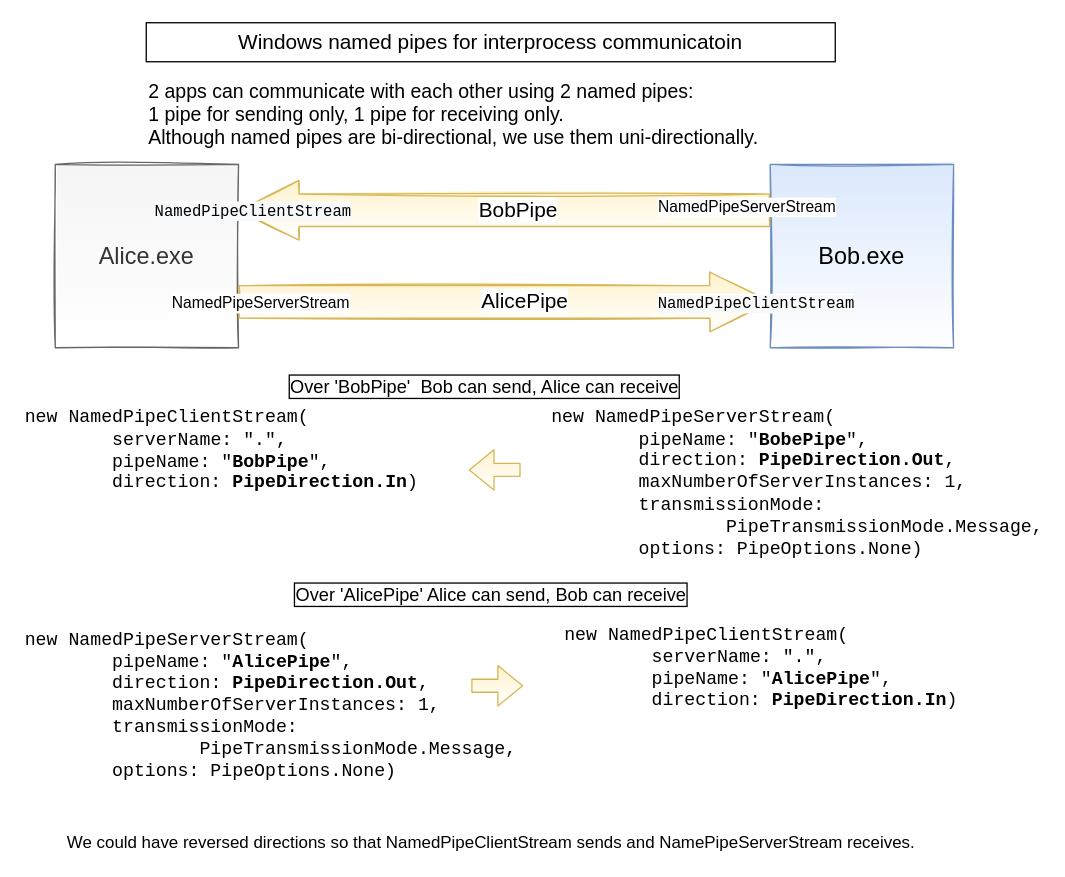
The draw.io diagram docs/NamedPipes.drawio in nklkli/NamedPipes, before the edit. Source tidied: cells renumbered, new cells numbered last; positions are measured from the earlier drawing's top-left corner, leaving out a move shared by most shapes. Both pictures are drawn from the tidied source at 130%, with x=0, y=0 at pixel (22, 22).
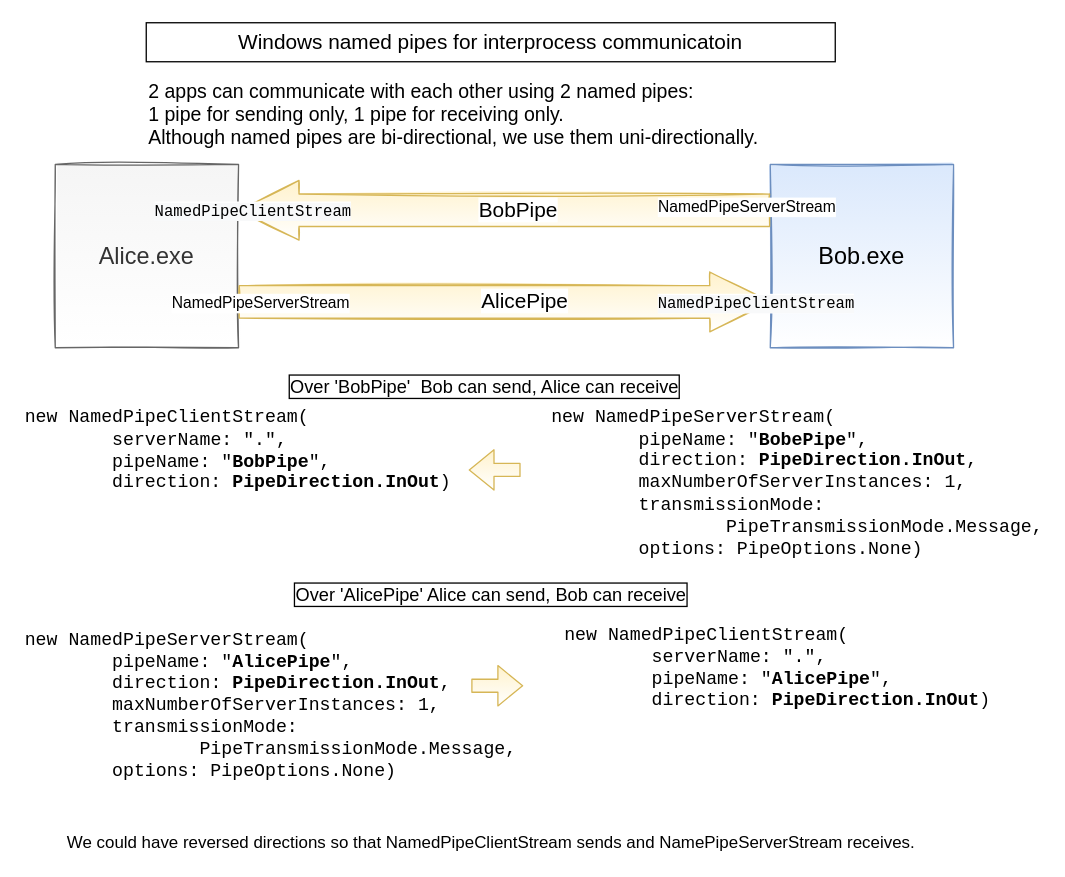
The same diagram, later.

Commit message (it also covers changes not shown here):
bug fixed, readme and diagram

The edit, as a diff of the source:
```diff
@@
-    <mxCell id="12" value="&lt;div style=&quot;font-size: 14px&quot;&gt;new NamedPipeClientStream(&lt;/div&gt;&lt;div style=&quot;font-size: 14px&quot;&gt;&lt;span style=&quot;white-space: pre ; font-size: 14px&quot;&gt;&#9;&lt;/span&gt;serverName: &quot;.&quot;,&lt;/div&gt;&lt;div style=&quot;font-size: 14px&quot;&gt;&amp;nbsp; &amp;nbsp; &amp;nbsp; &amp;nbsp; pipeName: &quot;&lt;b style=&quot;font-size: 14px&quot;&gt;BobPipe&lt;/b&gt;&quot;,&lt;/div&gt;&lt;div style=&quot;font-size: 14px&quot;&gt;&amp;nbsp; &amp;nbsp; &amp;nbsp; &amp;nbsp; direction: &lt;b style=&quot;font-size: 14px&quot;&gt;PipeDirection.In&lt;/b&gt;)&lt;/div&gt;" style="text;html=1;align=left;verticalAlign=middle;strokeColor=none;fillColor=none;fontFamily=Consolas;fontSize=14;" parent="1" vertex="1">
-      <mxGeometry y="294" width="290" height="70" as="geometry" />
+    <mxCell id="12" value="&lt;div style=&quot;font-size: 14px&quot;&gt;new NamedPipeClientStream(&lt;/div&gt;&lt;div style=&quot;font-size: 14px&quot;&gt;&lt;span style=&quot;white-space: pre ; font-size: 14px&quot;&gt;&#9;&lt;/span&gt;serverName: &quot;.&quot;,&lt;/div&gt;&lt;div style=&quot;font-size: 14px&quot;&gt;&amp;nbsp; &amp;nbsp; &amp;nbsp; &amp;nbsp; pipeName: &quot;&lt;b style=&quot;font-size: 14px&quot;&gt;BobPipe&lt;/b&gt;&quot;,&lt;/div&gt;&lt;div style=&quot;font-size: 14px&quot;&gt;&amp;nbsp; &amp;nbsp; &amp;nbsp; &amp;nbsp; direction: &lt;b style=&quot;font-size: 14px&quot;&gt;PipeDirection.InOut&lt;/b&gt;)&lt;/div&gt;" style="text;html=1;align=left;verticalAlign=middle;strokeColor=none;fillColor=none;fontFamily=Consolas;fontSize=14;" parent="1" vertex="1">
+      <mxGeometry y="294" width="320" height="70" as="geometry" />
     </mxCell>
-    <mxCell id="13" value="new NamedPipeServerStream(&lt;br style=&quot;font-size: 14px&quot;&gt;&amp;nbsp; &amp;nbsp; &lt;span style=&quot;white-space: pre ; font-size: 14px&quot;&gt;&#9;&lt;/span&gt;pipeName: &quot;&lt;b style=&quot;font-size: 14px&quot;&gt;BobePipe&lt;/b&gt;&quot;,&lt;br style=&quot;font-size: 14px&quot;&gt;&lt;span style=&quot;white-space: pre ; font-size: 14px&quot;&gt;&#9;&lt;/span&gt;direction: &lt;b style=&quot;font-size: 14px&quot;&gt;PipeDirection.Out&lt;/b&gt;,&lt;br style=&quot;font-size: 14px&quot;&gt;&amp;nbsp; &amp;nbsp; &amp;nbsp; &amp;nbsp; maxNumberOfServerInstances: 1,&lt;br style=&quot;font-size: 14px&quot;&gt;&amp;nbsp; &amp;nbsp; &amp;nbsp; &amp;nbsp; transmissionMode: &lt;br style=&quot;font-size: 14px&quot;&gt;&lt;span style=&quot;white-space: pre ; font-size: 14px&quot;&gt;&#9;&lt;/span&gt;&lt;span style=&quot;white-space: pre ; font-size: 14px&quot;&gt;&#9;&lt;/span&gt;PipeTransmissionMode.Message,&lt;br style=&quot;font-size: 14px&quot;&gt;&amp;nbsp; &amp;nbsp; &amp;nbsp; &amp;nbsp; options: PipeOptions.None)" style="text;html=1;align=left;verticalAlign=middle;strokeColor=none;fillColor=none;fontFamily=Consolas;fontSize=14;" parent="1" vertex="1">
+    <mxCell id="13" value="new NamedPipeServerStream(&lt;br style=&quot;font-size: 14px&quot;&gt;&amp;nbsp; &amp;nbsp; &lt;span style=&quot;white-space: pre ; font-size: 14px&quot;&gt;&#9;&lt;/span&gt;pipeName: &quot;&lt;b style=&quot;font-size: 14px&quot;&gt;BobePipe&lt;/b&gt;&quot;,&lt;br style=&quot;font-size: 14px&quot;&gt;&lt;span style=&quot;white-space: pre ; font-size: 14px&quot;&gt;&#9;&lt;/span&gt;direction: &lt;b style=&quot;font-size: 14px&quot;&gt;PipeDirection.InOut&lt;/b&gt;,&lt;br style=&quot;font-size: 14px&quot;&gt;&amp;nbsp; &amp;nbsp; &amp;nbsp; &amp;nbsp; maxNumberOfServerInstances: 1,&lt;br style=&quot;font-size: 14px&quot;&gt;&amp;nbsp; &amp;nbsp; &amp;nbsp; &amp;nbsp; transmissionMode: &lt;br style=&quot;font-size: 14px&quot;&gt;&lt;span style=&quot;white-space: pre ; font-size: 14px&quot;&gt;&#9;&lt;/span&gt;&lt;span style=&quot;white-space: pre ; font-size: 14px&quot;&gt;&#9;&lt;/span&gt;PipeTransmissionMode.Message,&lt;br style=&quot;font-size: 14px&quot;&gt;&amp;nbsp; &amp;nbsp; &amp;nbsp; &amp;nbsp; options: PipeOptions.None)" style="text;html=1;align=left;verticalAlign=middle;strokeColor=none;fillColor=none;fontFamily=Consolas;fontSize=14;" parent="1" vertex="1">
       <mxGeometry x="405" y="294" width="360" height="120" as="geometry" />
     </mxCell>
@@
-    <mxCell id="15" value="&lt;div style=&quot;font-size: 14px&quot;&gt;new NamedPipeClientStream(&lt;/div&gt;&lt;div style=&quot;font-size: 14px&quot;&gt;&lt;span style=&quot;white-space: pre ; font-size: 14px&quot;&gt;&#9;&lt;/span&gt;serverName: &quot;.&quot;,&lt;/div&gt;&lt;div style=&quot;font-size: 14px&quot;&gt;&amp;nbsp; &amp;nbsp; &amp;nbsp; &amp;nbsp; pipeName: &quot;&lt;b style=&quot;font-size: 14px&quot;&gt;AlicePipe&lt;/b&gt;&quot;,&lt;/div&gt;&lt;div style=&quot;font-size: 14px&quot;&gt;&amp;nbsp; &amp;nbsp; &amp;nbsp; &amp;nbsp; direction: &lt;b style=&quot;font-size: 14px&quot;&gt;PipeDirection.In&lt;/b&gt;)&lt;/div&gt;" style="text;html=1;align=left;verticalAlign=middle;strokeColor=none;fillColor=none;fontFamily=Consolas;fontSize=14;" parent="1" vertex="1">
-      <mxGeometry x="415" y="461" width="290" height="70" as="geometry" />
+    <mxCell id="15" value="&lt;div style=&quot;font-size: 14px&quot;&gt;new NamedPipeClientStream(&lt;/div&gt;&lt;div style=&quot;font-size: 14px&quot;&gt;&lt;span style=&quot;white-space: pre ; font-size: 14px&quot;&gt;&#9;&lt;/span&gt;serverName: &quot;.&quot;,&lt;/div&gt;&lt;div style=&quot;font-size: 14px&quot;&gt;&amp;nbsp; &amp;nbsp; &amp;nbsp; &amp;nbsp; pipeName: &quot;&lt;b style=&quot;font-size: 14px&quot;&gt;AlicePipe&lt;/b&gt;&quot;,&lt;/div&gt;&lt;div style=&quot;font-size: 14px&quot;&gt;&amp;nbsp; &amp;nbsp; &amp;nbsp; &amp;nbsp; direction: &lt;b style=&quot;font-size: 14px&quot;&gt;PipeDirection.InOut&lt;/b&gt;)&lt;/div&gt;" style="text;html=1;align=left;verticalAlign=middle;strokeColor=none;fillColor=none;fontFamily=Consolas;fontSize=14;" parent="1" vertex="1">
+      <mxGeometry x="415" y="461" width="320" height="70" as="geometry" />
     </mxCell>
@@
-    <mxCell id="17" value="new NamedPipeServerStream(&lt;br style=&quot;font-size: 14px&quot;&gt;&amp;nbsp; &amp;nbsp; &lt;span style=&quot;white-space: pre ; font-size: 14px&quot;&gt;&#9;&lt;/span&gt;pipeName: &quot;&lt;b style=&quot;font-size: 14px&quot;&gt;AlicePipe&lt;/b&gt;&quot;,&lt;br style=&quot;font-size: 14px&quot;&gt;&lt;span style=&quot;white-space: pre ; font-size: 14px&quot;&gt;&#9;&lt;/span&gt;direction: &lt;b style=&quot;font-size: 14px&quot;&gt;PipeDirection.Out&lt;/b&gt;,&lt;br style=&quot;font-size: 14px&quot;&gt;&amp;nbsp; &amp;nbsp; &amp;nbsp; &amp;nbsp; maxNumberOfServerInstances: 1,&lt;br style=&quot;font-size: 14px&quot;&gt;&amp;nbsp; &amp;nbsp; &amp;nbsp; &amp;nbsp; transmissionMode: &lt;br style=&quot;font-size: 14px&quot;&gt;&lt;span style=&quot;white-space: pre ; font-size: 14px&quot;&gt;&#9;&lt;/span&gt;&lt;span style=&quot;white-space: pre ; font-size: 14px&quot;&gt;&#9;&lt;/span&gt;PipeTransmissionMode.Message,&lt;br style=&quot;font-size: 14px&quot;&gt;&amp;nbsp; &amp;nbsp; &amp;nbsp; &amp;nbsp; options: PipeOptions.None)" style="text;html=1;align=left;verticalAlign=middle;strokeColor=none;fillColor=none;fontFamily=Consolas;fontSize=14;" parent="1" vertex="1">
+    <mxCell id="17" value="new NamedPipeServerStream(&lt;br style=&quot;font-size: 14px&quot;&gt;&amp;nbsp; &amp;nbsp; &lt;span style=&quot;white-space: pre ; font-size: 14px&quot;&gt;&#9;&lt;/span&gt;pipeName: &quot;&lt;b style=&quot;font-size: 14px&quot;&gt;AlicePipe&lt;/b&gt;&quot;,&lt;br style=&quot;font-size: 14px&quot;&gt;&lt;span style=&quot;white-space: pre ; font-size: 14px&quot;&gt;&#9;&lt;/span&gt;direction: &lt;b style=&quot;font-size: 14px&quot;&gt;PipeDirection.InOut&lt;/b&gt;,&lt;br style=&quot;font-size: 14px&quot;&gt;&amp;nbsp; &amp;nbsp; &amp;nbsp; &amp;nbsp; maxNumberOfServerInstances: 1,&lt;br style=&quot;font-size: 14px&quot;&gt;&amp;nbsp; &amp;nbsp; &amp;nbsp; &amp;nbsp; transmissionMode: &lt;br style=&quot;font-size: 14px&quot;&gt;&lt;span style=&quot;white-space: pre ; font-size: 14px&quot;&gt;&#9;&lt;/span&gt;&lt;span style=&quot;white-space: pre ; font-size: 14px&quot;&gt;&#9;&lt;/span&gt;PipeTransmissionMode.Message,&lt;br style=&quot;font-size: 14px&quot;&gt;&amp;nbsp; &amp;nbsp; &amp;nbsp; &amp;nbsp; options: PipeOptions.None)" style="text;html=1;align=left;verticalAlign=middle;strokeColor=none;fillColor=none;fontFamily=Consolas;fontSize=14;" parent="1" vertex="1">
       <mxGeometry y="465" width="360" height="120" as="geometry" />
     </mxCell>
```
